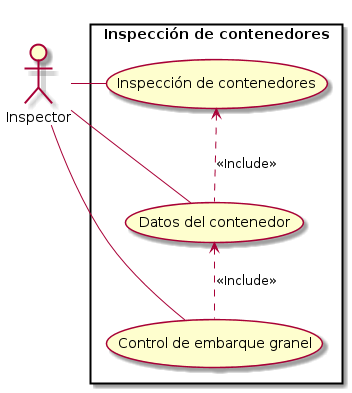
carlosjulioperez/design keeps this PlantUML diagram as uml/inspeccionContenedores/casosUso.png. Above is the earlier version. Source of this version:
```plantuml
@startuml

skinparam packageStyle rectangle

actor Inspector

rectangle "Inspección de contenedores" {
	(Inspección de contenedores) as (Inspeccion)
	(Datos del contenedor) as (Datos)
	(Control de embarque granel) as (Control)

	Inspector -right- (Inspeccion)
	Inspector -- (Datos)
	Inspector -- (Control)

	(Datos) -up.> (Inspeccion): <<Include>>
	(Control) -up.> (Datos): <<Include>>
}

@enduml
```
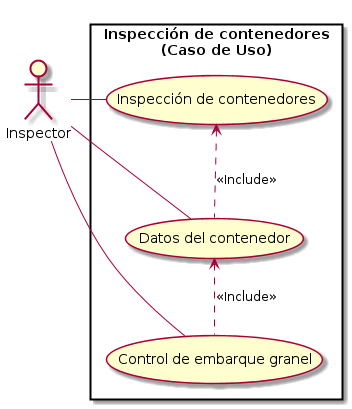
The same file after the commit.

Commit message:
Diagrama de despliegue.

Change to the diagram source:
```diff
@@ -1,20 +1,21 @@
 @startuml
 
-skinparam packageStyle rectangle
 
-actor Inspector
+	skinparam packageStyle rectangle
 
-rectangle "Inspección de contenedores" {
-	(Inspección de contenedores) as (Inspeccion)
-	(Datos del contenedor) as (Datos)
-	(Control de embarque granel) as (Control)
+	actor Inspector
 
-	Inspector -right- (Inspeccion)
-	Inspector -- (Datos)
-	Inspector -- (Control)
+	rectangle "Inspección de contenedores\n(Caso de Uso)" {
+		(Inspección de contenedores) as (Inspeccion)
+		(Datos del contenedor) as (Datos)
+		(Control de embarque granel) as (Control)
 
-	(Datos) -up.> (Inspeccion): <<Include>>
-	(Control) -up.> (Datos): <<Include>>
-}
+		Inspector -right- (Inspeccion)
+		Inspector -- (Datos)
+		Inspector -- (Control)
+
+		(Datos) -up.> (Inspeccion): <<Include>>
+		(Control) -up.> (Datos): <<Include>>
+	}
 
 @enduml
```
